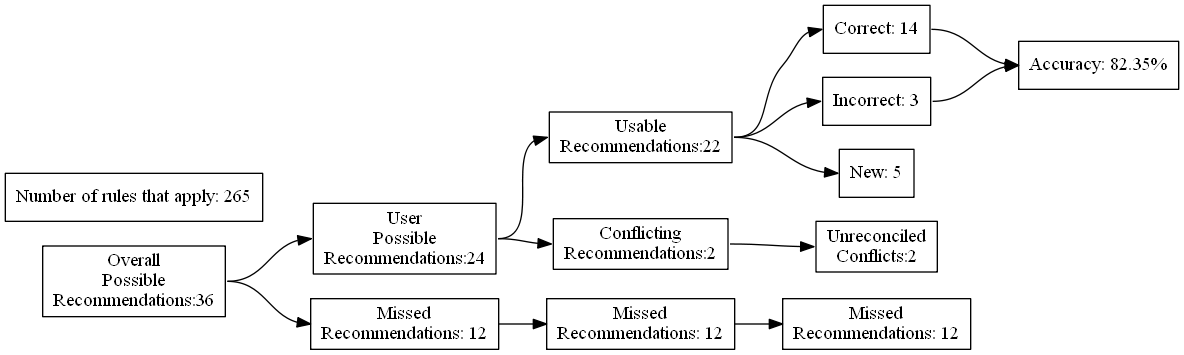
This is test_renders/94.gv.png from ZaxR/ibd_diet_analysis, a Graphviz export, as it was before one commit. Its source is kept beside it as test_renders/94.gv.
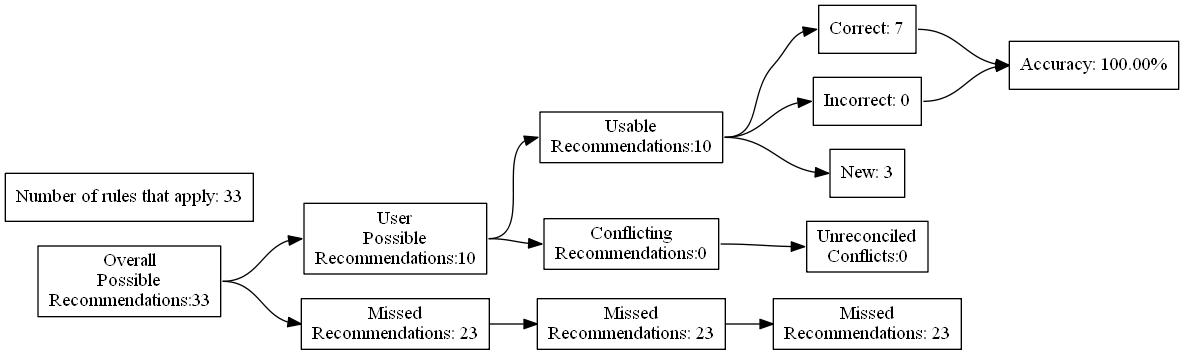
The same file after the commit.

The edit, as a diff of the source:
```diff
@@ -4,27 +4,27 @@
 	edge [headport=w tailport=e]
 		A [label="Overall
 Possible
-Recommendations:36"]
+Recommendations:33"]
 		B [label="User
 Possible
-Recommendations:24"]
+Recommendations:10"]
 		C [label="Missed
-Recommendations: 12"]
+Recommendations: 23"]
 		D [label="Usable
-Recommendations:22"]
+Recommendations:10"]
 		E [label="Conflicting
-Recommendations:2"]
+Recommendations:0"]
 		J [label="Missed
-Recommendations: 12"]
+Recommendations: 23"]
 		M [label="Unreconciled
-Conflicts:2"]
-		F [label="Correct: 14"]
-		G [label="Incorrect: 3"]
-		H [label="New: 5"]
+Conflicts:0"]
+		F [label="Correct: 7"]
+		G [label="Incorrect: 0"]
+		H [label="New: 3"]
 		K [label="Missed
-Recommendations: 12"]
-		I [label="Accuracy: 82.35%"]
-		l [label="Number of rules that apply: 265"]
+Recommendations: 23"]
+		I [label="Accuracy: 100.00%"]
+		l [label="Number of rules that apply: 33"]
 			A -> B
 			A -> C
 			B -> D
```
